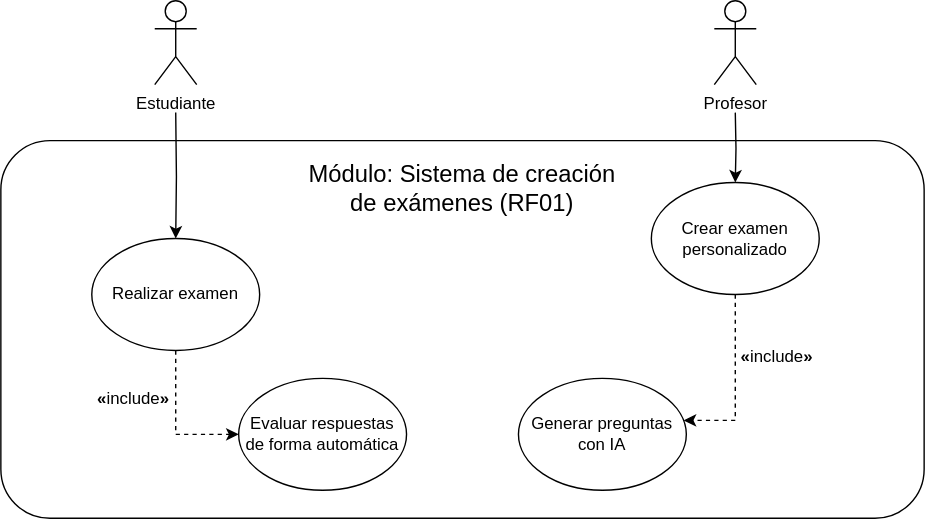
The draw.io diagram docs/diagrams/usecases/UCD-gestionDeExamenes.svg in Juanb7737/calificia, before a commit. Source tidied: cells renumbered, new cells last; positions are measured from the earlier drawing's top-left corner, leaving out a move shared by most shapes.
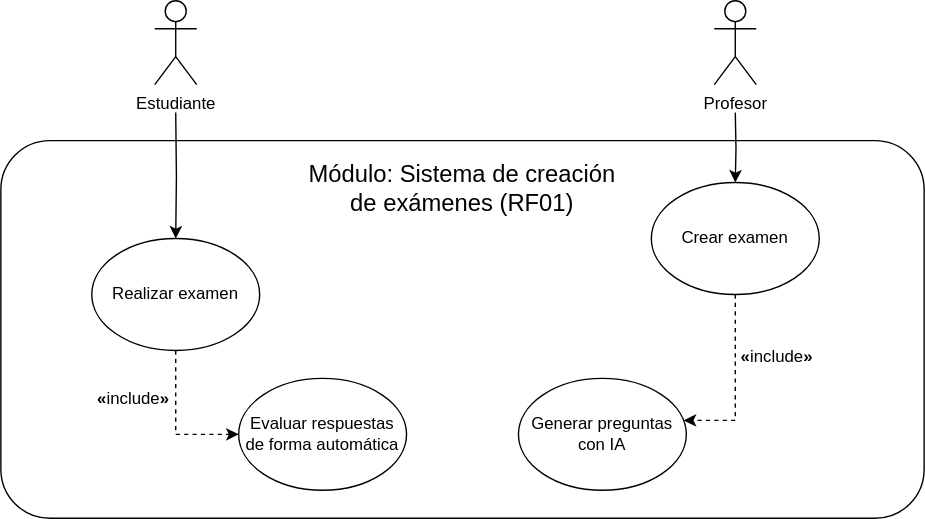
Later version of the same file.

Diff of the diagram source:
```diff
@@ -21,7 +21,7 @@
     <mxCell id="6" value="Estudiante" style="shape=umlActor;verticalLabelPosition=bottom;verticalAlign=top;html=1;" parent="1" vertex="1">
       <mxGeometry x="110" width="30" height="60" as="geometry" />
     </mxCell>
-    <mxCell id="7" value="Crear examen personalizado" style="ellipse;whiteSpace=wrap;html=1;" parent="1" vertex="1">
+    <mxCell id="7" value="Crear examen" style="ellipse;whiteSpace=wrap;html=1;" parent="1" vertex="1">
       <mxGeometry x="465" y="130" width="120" height="80" as="geometry" />
     </mxCell>
     <mxCell id="8" style="edgeStyle=orthogonalEdgeStyle;rounded=0;jettySize=auto;html=1;dashed=1;exitX=0.5;exitY=1;exitDx=0;exitDy=0;" parent="1" edge="1" source="7" target="9">
```
